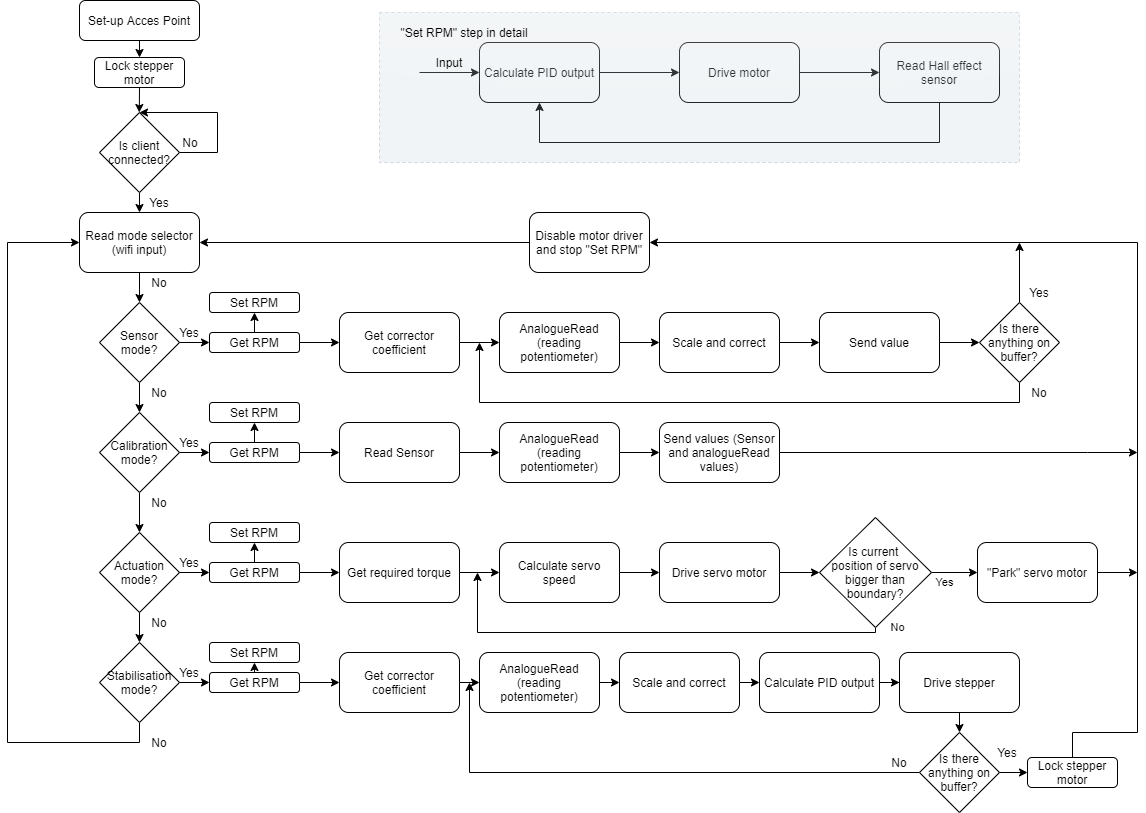
alptugo/me407_RateGyro keeps this draw.io diagram as esp8266_flowchart.png. Above is the earlier version. Source tidied: cells renumbered, new cells last; positions are measured from the earlier drawing's top-left corner, leaving out a move shared by most shapes.
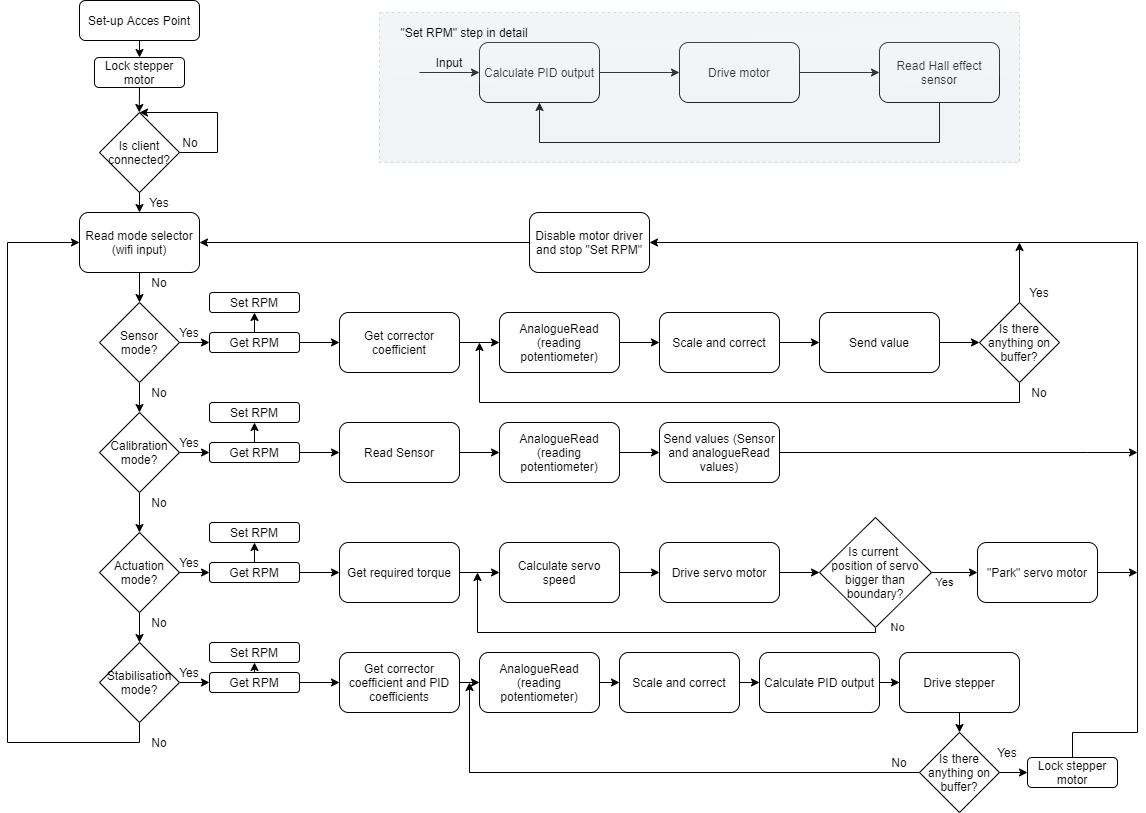
The same file after the commit.

What changed in the source:
```diff
@@ -234,7 +234,7 @@
     <mxCell id="68" style="edgeStyle=orthogonalEdgeStyle;rounded=0;jettySize=auto;html=1;exitX=1;exitY=0.5;exitDx=0;exitDy=0;entryX=0;entryY=0.5;entryDx=0;entryDy=0;" parent="1" edge="1" source="69" target="71">
       <mxGeometry relative="1" as="geometry" />
     </mxCell>
-    <mxCell id="69" value="Get corrector coefficient" style="rounded=1;whiteSpace=wrap;html=1;" parent="1" vertex="1">
+    <mxCell id="69" value="Get corrector coefficient and PID coefficients" style="rounded=1;whiteSpace=wrap;html=1;" parent="1" vertex="1">
       <mxGeometry x="332" y="652" width="120" height="60" as="geometry" />
     </mxCell>
     <mxCell id="70" style="edgeStyle=orthogonalEdgeStyle;rounded=0;jettySize=auto;html=1;exitX=1;exitY=0.5;exitDx=0;exitDy=0;entryX=0;entryY=0.5;entryDx=0;entryDy=0;" parent="1" edge="1" source="71" target="73">
```
